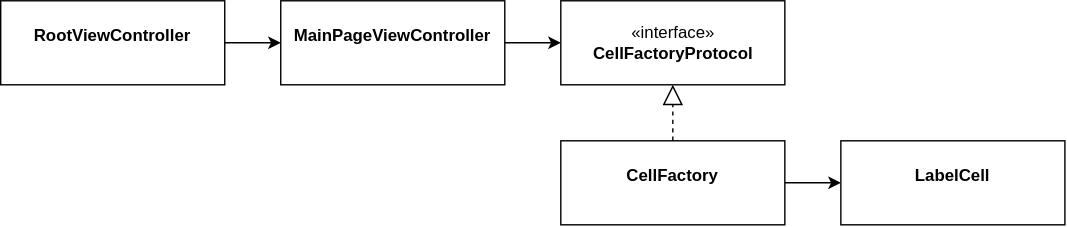
Above: myTableViewFactory/Note/class-layout.drawio.svg in taitty/SwiftPractice (draw.io), before the change. Source tidied: cells renumbered, new cells last; positions are measured from the earlier drawing's top-left corner, leaving out a move shared by most shapes.
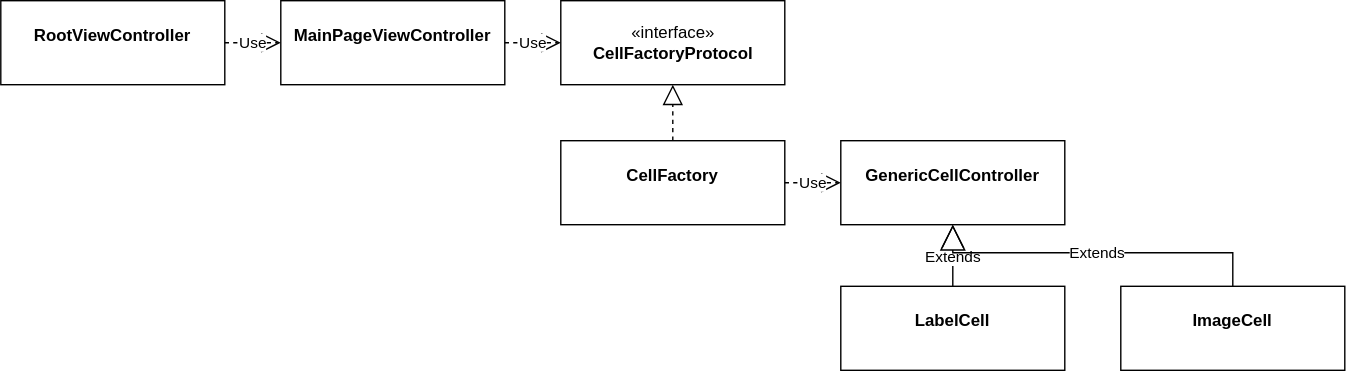
The same diagram one commit later.

The edit, as a diff of the source:
```diff
@@ -2,32 +2,49 @@
   <root>
     <mxCell id="0" />
     <mxCell id="1" parent="0" />
-    <mxCell id="2" style="edgeStyle=orthogonalEdgeStyle;rounded=0;jettySize=auto;html=1;exitX=1;exitY=0.5;exitDx=0;exitDy=0;entryX=0;entryY=0.5;entryDx=0;entryDy=0;" parent="1" edge="1" source="3" target="5">
-      <mxGeometry relative="1" as="geometry" />
-    </mxCell>
     <mxCell id="3" value="&lt;p style=&quot;margin: 0px ; margin-top: 4px ; text-align: center&quot;&gt;&lt;br&gt;&lt;b&gt;RootViewController&lt;/b&gt;&lt;/p&gt;" style="verticalAlign=top;align=left;overflow=fill;fontSize=12;fontFamily=Helvetica;html=1;" parent="1" vertex="1">
       <mxGeometry width="160" height="60" as="geometry" />
     </mxCell>
-    <mxCell id="4" style="edgeStyle=orthogonalEdgeStyle;rounded=0;jettySize=auto;html=1;exitX=1;exitY=0.5;exitDx=0;exitDy=0;entryX=0;entryY=0.5;entryDx=0;entryDy=0;" parent="1" edge="1" source="5" target="6">
-      <mxGeometry relative="1" as="geometry" />
-    </mxCell>
     <mxCell id="5" value="&lt;p style=&quot;margin: 0px ; margin-top: 4px ; text-align: center&quot;&gt;&lt;br&gt;&lt;b&gt;MainPageViewController&lt;/b&gt;&lt;/p&gt;" style="verticalAlign=top;align=left;overflow=fill;fontSize=12;fontFamily=Helvetica;html=1;" parent="1" vertex="1">
       <mxGeometry x="200" width="160" height="60" as="geometry" />
     </mxCell>
     <mxCell id="6" value="«interface»&lt;br&gt;&lt;b&gt;CellFactoryProtocol&lt;/b&gt;" style="html=1;" parent="1" vertex="1">
       <mxGeometry x="400" width="160" height="60" as="geometry" />
     </mxCell>
-    <mxCell id="7" style="edgeStyle=orthogonalEdgeStyle;rounded=0;jettySize=auto;html=1;exitX=1;exitY=0.5;exitDx=0;exitDy=0;entryX=0;entryY=0.5;entryDx=0;entryDy=0;" parent="1" edge="1" source="8" target="10">
-      <mxGeometry relative="1" as="geometry" />
-    </mxCell>
     <mxCell id="8" value="&lt;p style=&quot;margin: 0px ; margin-top: 4px ; text-align: center&quot;&gt;&lt;br&gt;&lt;b&gt;CellFactory&lt;/b&gt;&lt;/p&gt;" style="verticalAlign=top;align=left;overflow=fill;fontSize=12;fontFamily=Helvetica;html=1;" parent="1" vertex="1">
       <mxGeometry x="400" y="100" width="160" height="60" as="geometry" />
     </mxCell>
     <mxCell id="9" style="endArrow=block;dashed=1;endFill=0;endSize=12;html=1;rounded=0;entryX=0.5;entryY=1;entryDx=0;entryDy=0;exitX=0.5;exitY=0;exitDx=0;exitDy=0;" parent="1" edge="1" source="8" target="6">
       <mxGeometry relative="1" as="geometry" />
     </mxCell>
-    <mxCell id="10" value="&lt;p style=&quot;margin: 0px ; margin-top: 4px ; text-align: center&quot;&gt;&lt;br&gt;&lt;b&gt;LabelCell&lt;/b&gt;&lt;/p&gt;" style="verticalAlign=top;align=left;overflow=fill;fontSize=12;fontFamily=Helvetica;html=1;" parent="1" vertex="1">
+    <mxCell id="10" value="&lt;p style=&quot;margin: 0px ; margin-top: 4px ; text-align: center&quot;&gt;&lt;br&gt;&lt;b&gt;GenericCellController&lt;/b&gt;&lt;/p&gt;" style="verticalAlign=top;align=left;overflow=fill;fontSize=12;fontFamily=Helvetica;html=1;" parent="1" vertex="1">
       <mxGeometry x="600" y="100" width="160" height="60" as="geometry" />
     </mxCell>
+    <mxCell id="11" value="&lt;p style=&quot;margin: 0px ; margin-top: 4px ; text-align: center&quot;&gt;&lt;br&gt;&lt;b&gt;LabelCell&lt;/b&gt;&lt;/p&gt;" style="verticalAlign=top;align=left;overflow=fill;fontSize=12;fontFamily=Helvetica;html=1;" parent="1" vertex="1">
+      <mxGeometry x="600" y="204" width="160" height="60" as="geometry" />
+    </mxCell>
+    <mxCell id="12" value="&lt;p style=&quot;margin: 0px ; margin-top: 4px ; text-align: center&quot;&gt;&lt;br&gt;&lt;b&gt;ImageCell&lt;/b&gt;&lt;/p&gt;" style="verticalAlign=top;align=left;overflow=fill;fontSize=12;fontFamily=Helvetica;html=1;" parent="1" vertex="1">
+      <mxGeometry x="800" y="204" width="160" height="60" as="geometry" />
+    </mxCell>
+    <mxCell id="2" value="Use" style="endArrow=open;endSize=12;dashed=1;html=1;rounded=0;exitX=1;exitY=0.5;exitDx=0;exitDy=0;entryX=0;entryY=0.5;entryDx=0;entryDy=0;" parent="1" edge="1" source="3" target="5">
+      <mxGeometry relative="1" as="geometry" />
+    </mxCell>
+    <mxCell id="7" value="Use" style="endArrow=open;endSize=12;dashed=1;html=1;rounded=0;exitX=1;exitY=0.5;exitDx=0;exitDy=0;entryX=0;entryY=0.5;entryDx=0;entryDy=0;" parent="1" edge="1" source="8" target="10">
+      <mxGeometry relative="1" as="geometry" />
+    </mxCell>
+    <mxCell id="4" value="Use" style="endArrow=open;endSize=12;dashed=1;html=1;rounded=0;exitX=1;exitY=0.5;exitDx=0;exitDy=0;entryX=0;entryY=0.5;entryDx=0;entryDy=0;" parent="1" edge="1" source="5" target="6">
+      <mxGeometry relative="1" as="geometry" />
+    </mxCell>
+    <mxCell id="13" value="Extends" style="endArrow=block;endSize=16;endFill=0;html=1;rounded=0;entryX=0.5;entryY=1;entryDx=0;entryDy=0;exitX=0.5;exitY=0;exitDx=0;exitDy=0;" parent="1" edge="1" source="11" target="10">
+      <mxGeometry relative="1" as="geometry" />
+    </mxCell>
+    <mxCell id="14" value="Extends" style="endArrow=block;endSize=16;endFill=0;html=1;rounded=0;entryX=0.5;entryY=1;entryDx=0;entryDy=0;exitX=0.5;exitY=0;exitDx=0;exitDy=0;" parent="1" edge="1" source="12" target="10">
+      <mxGeometry relative="1" as="geometry">
+        <Array as="points">
+          <mxPoint x="880" y="180" />
+          <mxPoint x="680" y="180" />
+        </Array>
+      </mxGeometry>
+    </mxCell>
   </root>
 </mxGraphModel>
```
